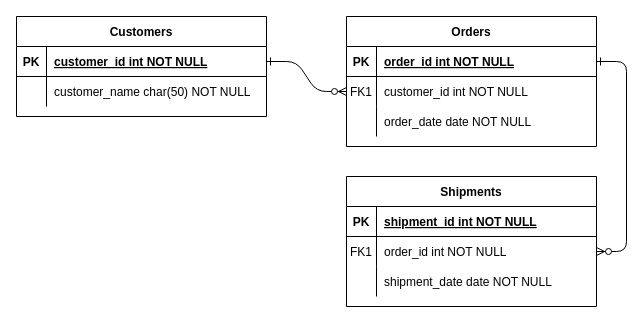
Earlier version of the draw.io diagram Untitled Diagram.drawio (Captain-Carl-Larc/peer-group-459-ecommerce-db). Source tidied: cells renumbered, new cells numbered last; positions are measured from the earlier drawing's top-left corner, leaving out a move shared by most shapes. Both pictures are drawn from the tidied source at 100%, with x=0, y=0 at pixel (16, 16).
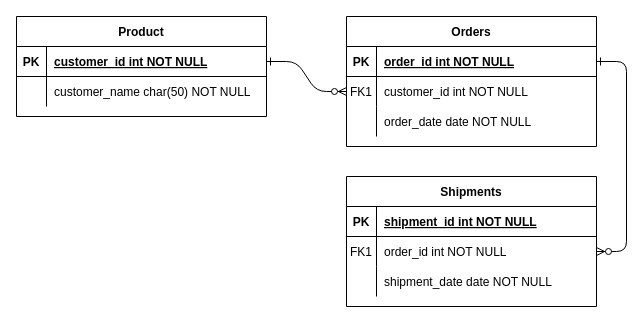
The same page after the edit.

Diff of the diagram source:
```diff
@@
-    <mxCell id="24" value="Customers" style="shape=table;startSize=30;childLayout=tableLayout;rowLines=0;fontStyle=1;align=center;" parent="1" vertex="1">
+    <mxCell id="24" value="Product" style="shape=table;startSize=30;childLayout=tableLayout;rowLines=0;fontStyle=1;align=center;" parent="1" vertex="1">
       <mxGeometry width="250" height="100" as="geometry" />
     </mxCell>
```
